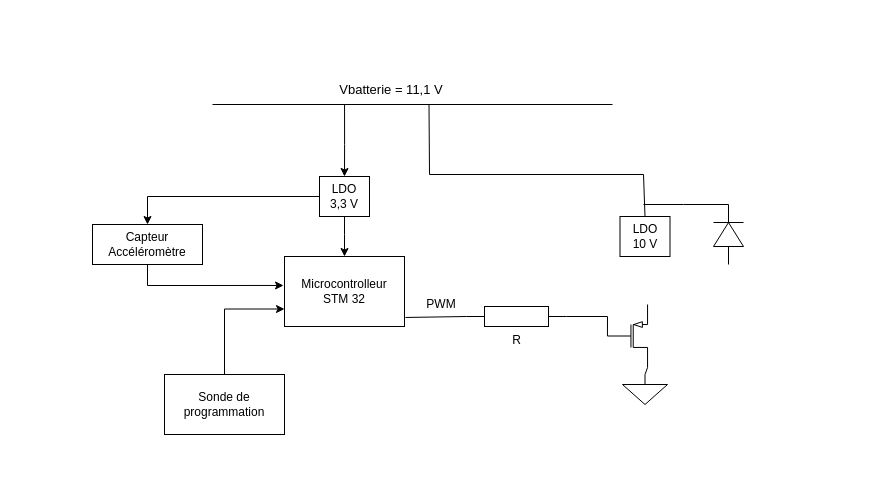
Earlier version of the draw.io diagram Hardware/Schéma Hardaware.drawio (RayenENSEA/DRAGSTER). Source tidied: cells renumbered, new cells numbered last; positions are measured from the earlier drawing's top-left corner, leaving out a move shared by most shapes. Both pictures are drawn from the tidied source at 100%, with x=0, y=0 at pixel (92, 74).
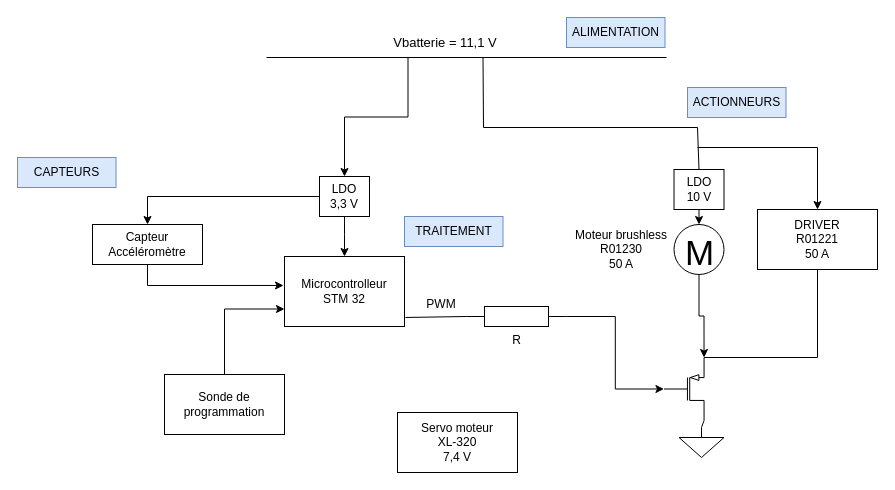
After the change.

Commit message (it also covers changes not shown here):
Mettre à jour Schéma Hardaware.drawio

Unchanged cells that the change refers to:
```xml
<mxCell id="7" value="LDO&lt;br&gt;3,3 V" style="rounded=0;whiteSpace=wrap;html=1;" parent="1" vertex="1">
  <mxGeometry x="227" y="102" width="50" height="40" as="geometry" />
</mxCell>
<mxCell id="13" value="R" style="verticalLabelPosition=bottom;shadow=0;dashed=0;align=center;html=1;verticalAlign=top;shape=mxgraph.electrical.resistors.resistor_1;" parent="1" vertex="1">
  <mxGeometry x="374" y="232" width="100" height="20" as="geometry" />
</mxCell>
```

Change to the diagram source:
```diff
@@
     <mxCell id="2" style="endArrow=none;html=1;rounded=0;" parent="1" edge="1">
       <mxGeometry relative="1" as="geometry">
-        <mxPoint x="120" y="30" as="sourcePoint" />
-        <mxPoint x="520" y="30" as="targetPoint" />
+        <mxPoint x="174" y="-17" as="sourcePoint" />
+        <mxPoint x="574" y="-17" as="targetPoint" />
       </mxGeometry>
     </mxCell>
+    <mxCell id="6" style="edgeStyle=orthogonalEdgeStyle;rounded=0;jettySize=auto;html=1;exitX=0.25;exitY=1;exitDx=0;exitDy=0;entryX=0.5;entryY=0;entryDx=0;entryDy=0;" parent="1" edge="1" source="3" target="7">
+      <mxGeometry relative="1" as="geometry" />
+    </mxCell>
     <mxCell id="3" value="&lt;font style=&quot;font-size: 13px;&quot;&gt;Vbatterie = 11,1 V&lt;/font&gt;" style="text;html=1;strokeColor=none;fillColor=none;align=center;verticalAlign=middle;whiteSpace=wrap;rounded=0;" parent="1" vertex="1">
-      <mxGeometry x="224" width="150" height="30" as="geometry" />
+      <mxGeometry x="278" y="-47" width="150" height="30" as="geometry" />
     </mxCell>
@@
-    <mxCell id="6" style="edgeStyle=orthogonalEdgeStyle;rounded=0;jettySize=auto;html=1;exitX=0.187;exitY=1;exitDx=0;exitDy=0;entryX=0.5;entryY=0;entryDx=0;entryDy=0;exitPerimeter=0;" parent="1" edge="1" source="3" target="7">
-      <mxGeometry relative="1" as="geometry">
-        <Array as="points">
-          <mxPoint x="252" y="70" />
-          <mxPoint x="252" y="70" />
-        </Array>
-      </mxGeometry>
-    </mxCell>
@@
+    <mxCell id="17" style="edgeStyle=orthogonalEdgeStyle;rounded=0;jettySize=auto;html=1;exitX=1;exitY=0.5;exitDx=0;exitDy=0;exitPerimeter=0;entryX=0;entryY=0.5;entryDx=0;entryDy=0;entryPerimeter=0;" parent="1" edge="1" source="13" target="16">
+      <mxGeometry relative="1" as="geometry" />
+    </mxCell>
@@
     <mxCell id="16" style="verticalLabelPosition=bottom;shadow=0;dashed=0;align=center;html=1;verticalAlign=top;shape=mxgraph.electrical.transistors.pmos;" parent="1" vertex="1">
-      <mxGeometry x="510" y="230" width="50" height="63" as="geometry" />
+      <mxGeometry x="566.5" y="283" width="50" height="63" as="geometry" />
     </mxCell>
-    <mxCell id="17" style="endArrow=none;html=1;rounded=0;entryX=0;entryY=0.5;entryDx=0;entryDy=0;entryPerimeter=0;exitX=1;exitY=0.5;exitDx=0;exitDy=0;exitPerimeter=0;" parent="1" edge="1" source="13" target="16">
-      <mxGeometry relative="1" as="geometry">
-        <Array as="points">
-          <mxPoint x="515" y="242" />
-        </Array>
-      </mxGeometry>
-    </mxCell>
     <mxCell id="18" style="verticalLabelPosition=bottom;shadow=0;dashed=0;align=center;html=1;verticalAlign=top;shape=mxgraph.electrical.signal_sources.signal_ground;" parent="1" vertex="1">
-      <mxGeometry x="530" y="300" width="45" height="30" as="geometry" />
+      <mxGeometry x="586.5" y="353" width="45" height="30" as="geometry" />
     </mxCell>
@@
-    <mxCell id="20" style="verticalLabelPosition=bottom;shadow=0;dashed=0;align=center;html=1;verticalAlign=top;shape=mxgraph.electrical.diodes.diode;rotation=-90;" parent="1" vertex="1">
-      <mxGeometry x="606" y="145" width="60" height="30" as="geometry" />
-    </mxCell>
     <mxCell id="21" style="endArrow=none;html=1;rounded=0;entryX=0.75;entryY=1;entryDx=0;entryDy=0;" parent="1" edge="1" target="3">
       <mxGeometry relative="1" as="geometry">
-        <mxPoint x="551" y="100" as="sourcePoint" />
+        <mxPoint x="605" y="53" as="sourcePoint" />
         <Array as="points">
-          <mxPoint x="337" y="100" />
+          <mxPoint x="391" y="53" />
         </Array>
       </mxGeometry>
     </mxCell>
     <mxCell id="22" style="endArrow=none;html=1;rounded=0;exitX=0.5;exitY=0;exitDx=0;exitDy=0;" parent="1" edge="1">
       <mxGeometry relative="1" as="geometry">
-        <mxPoint x="552.5" y="142" as="sourcePoint" />
-        <mxPoint x="551" y="100" as="targetPoint" />
+        <mxPoint x="606.5" y="95" as="sourcePoint" />
+        <mxPoint x="605" y="53" as="targetPoint" />
       </mxGeometry>
     </mxCell>
-    <mxCell id="23" style="endArrow=none;html=1;rounded=0;exitX=1;exitY=0.5;exitDx=0;exitDy=0;exitPerimeter=0;" parent="1" edge="1" source="20">
-      <mxGeometry relative="1" as="geometry">
-        <mxPoint x="551" y="130" as="targetPoint" />
-        <Array as="points">
-          <mxPoint x="591" y="130" />
-        </Array>
-      </mxGeometry>
-    </mxCell>
+    <mxCell id="25" style="edgeStyle=orthogonalEdgeStyle;rounded=0;jettySize=auto;html=1;exitX=0.5;exitY=1;exitDx=0;exitDy=0;entryX=0.5;entryY=0;entryDx=0;entryDy=0;entryPerimeter=0;" parent="1" edge="1" source="24" target="27">
+      <mxGeometry relative="1" as="geometry" />
+    </mxCell>
     <mxCell id="24" value="LDO&lt;br&gt;10&amp;nbsp;V" style="rounded=0;whiteSpace=wrap;html=1;" parent="1" vertex="1">
-      <mxGeometry x="527.5" y="142" width="50" height="40" as="geometry" />
+      <mxGeometry x="581.5" y="95" width="50" height="40" as="geometry" />
     </mxCell>
+    <mxCell id="26" style="edgeStyle=orthogonalEdgeStyle;rounded=0;jettySize=auto;html=1;exitX=0.5;exitY=1;exitDx=0;exitDy=0;exitPerimeter=0;entryX=1;entryY=0;entryDx=0;entryDy=0;entryPerimeter=0;" parent="1" edge="1" source="27" target="16">
+      <mxGeometry relative="1" as="geometry" />
+    </mxCell>
+    <mxCell id="27" value="&lt;font style=&quot;font-size: 35px;&quot;&gt;M&lt;/font&gt;" style="dashed=0;outlineConnect=0;align=center;html=1;shape=mxgraph.pid.engines.electric_motor;fontSize=45;" parent="1" vertex="1">
+      <mxGeometry x="581.5" y="150" width="50" height="50" as="geometry" />
+    </mxCell>
+    <mxCell id="28" value="DRIVER&lt;br&gt;R01221&lt;br&gt;50 A" style="rounded=0;whiteSpace=wrap;html=1;" parent="1" vertex="1">
+      <mxGeometry x="665" y="135" width="120" height="60" as="geometry" />
+    </mxCell>
+    <mxCell id="29" style="endArrow=classic;html=1;rounded=0;entryX=0.5;entryY=0;entryDx=0;entryDy=0;" parent="1" edge="1" target="28">
+      <mxGeometry relative="1" as="geometry">
+        <mxPoint x="605" y="73" as="sourcePoint" />
+        <Array as="points">
+          <mxPoint x="725" y="73" />
+        </Array>
+      </mxGeometry>
+    </mxCell>
+    <mxCell id="30" value="Moteur brushless&lt;br&gt;R01230&lt;br&gt;50 A" style="text;html=1;strokeColor=none;fillColor=none;align=center;verticalAlign=middle;whiteSpace=wrap;rounded=0;" parent="1" vertex="1">
+      <mxGeometry x="474" y="160" width="110" height="30" as="geometry" />
+    </mxCell>
+    <mxCell id="31" style="endArrow=none;html=1;rounded=0;exitX=1;exitY=0;exitDx=0;exitDy=0;exitPerimeter=0;entryX=0.5;entryY=1;entryDx=0;entryDy=0;" parent="1" edge="1" source="16" target="28">
+      <mxGeometry relative="1" as="geometry">
+        <Array as="points">
+          <mxPoint x="725" y="283" />
+        </Array>
+      </mxGeometry>
+    </mxCell>
+    <mxCell id="32" value="Servo moteur&lt;br&gt;XL-320&lt;br&gt;7,4 V" style="rounded=0;whiteSpace=wrap;html=1;" parent="1" vertex="1">
+      <mxGeometry x="305" y="338" width="120" height="60" as="geometry" />
+    </mxCell>
+    <mxCell id="33" value="ACTIONNEURS" style="text;html=1;strokeColor=#6c8ebf;fillColor=#dae8fc;align=center;verticalAlign=middle;whiteSpace=wrap;rounded=0;" parent="1" vertex="1">
+      <mxGeometry x="595" y="13" width="98.5" height="30" as="geometry" />
+    </mxCell>
+    <mxCell id="34" value="TRAITEMENT" style="text;html=1;strokeColor=#6c8ebf;fillColor=#dae8fc;align=center;verticalAlign=middle;whiteSpace=wrap;rounded=0;" parent="1" vertex="1">
+      <mxGeometry x="312" y="142" width="98.5" height="30" as="geometry" />
+    </mxCell>
+    <mxCell id="35" value="CAPTEURS" style="text;html=1;strokeColor=#6c8ebf;fillColor=#dae8fc;align=center;verticalAlign=middle;whiteSpace=wrap;rounded=0;" parent="1" vertex="1">
+      <mxGeometry x="-75" y="83" width="98.5" height="30" as="geometry" />
+    </mxCell>
+    <mxCell id="36" value="ALIMENTATION" style="text;html=1;strokeColor=#6c8ebf;fillColor=#dae8fc;align=center;verticalAlign=middle;whiteSpace=wrap;rounded=0;" parent="1" vertex="1">
+      <mxGeometry x="474" y="-57" width="98.5" height="30" as="geometry" />
+    </mxCell>
```
